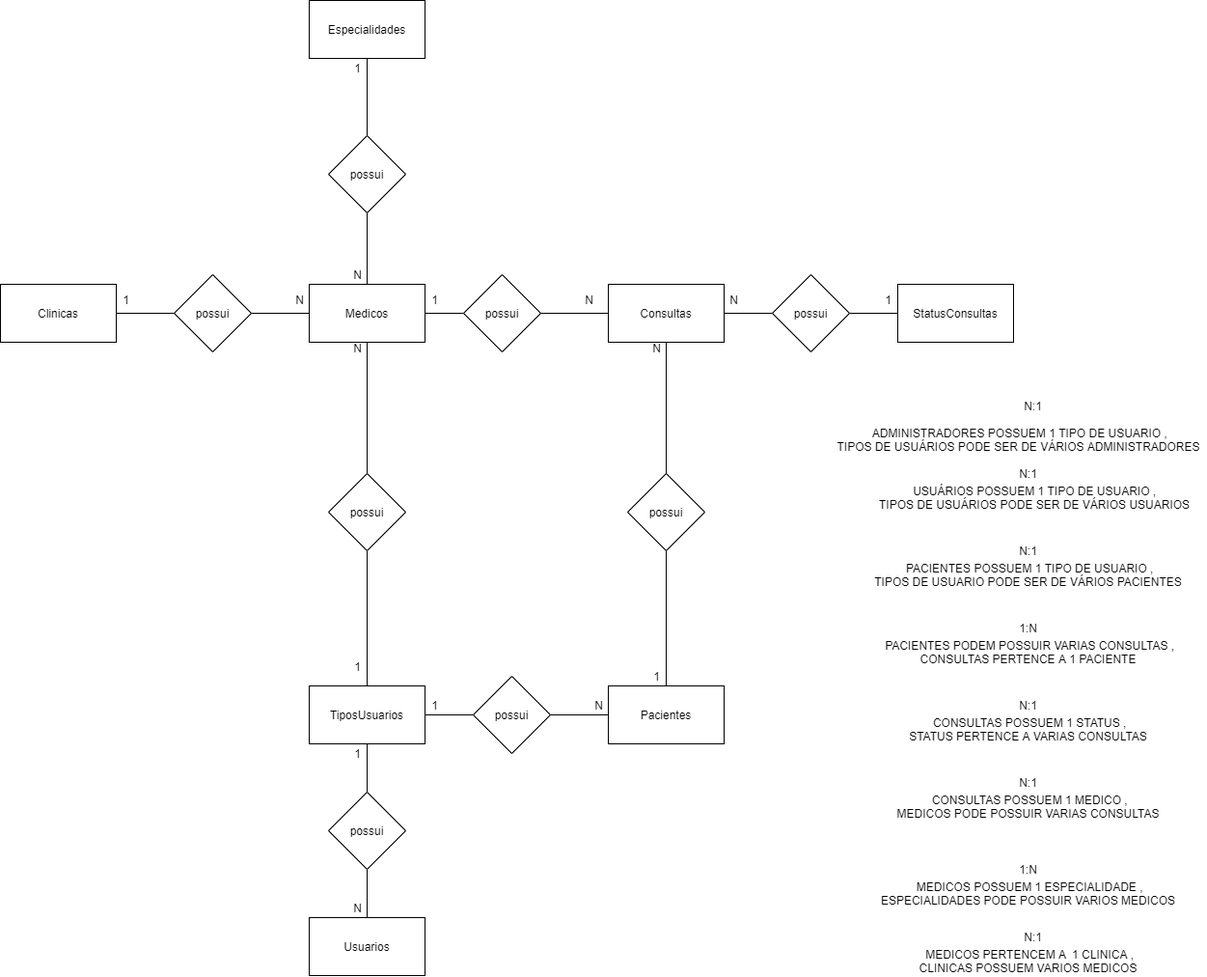
This is SP_Medical_Group/SP_Medical_Group-Conceitual.png from Carlos-Augusto-Roque/Sprint1_bd, a draw.io export, as it was before one commit. Source tidied: cells renumbered, new cells last; positions are measured from the earlier drawing's top-left corner, leaving out a move shared by most shapes.
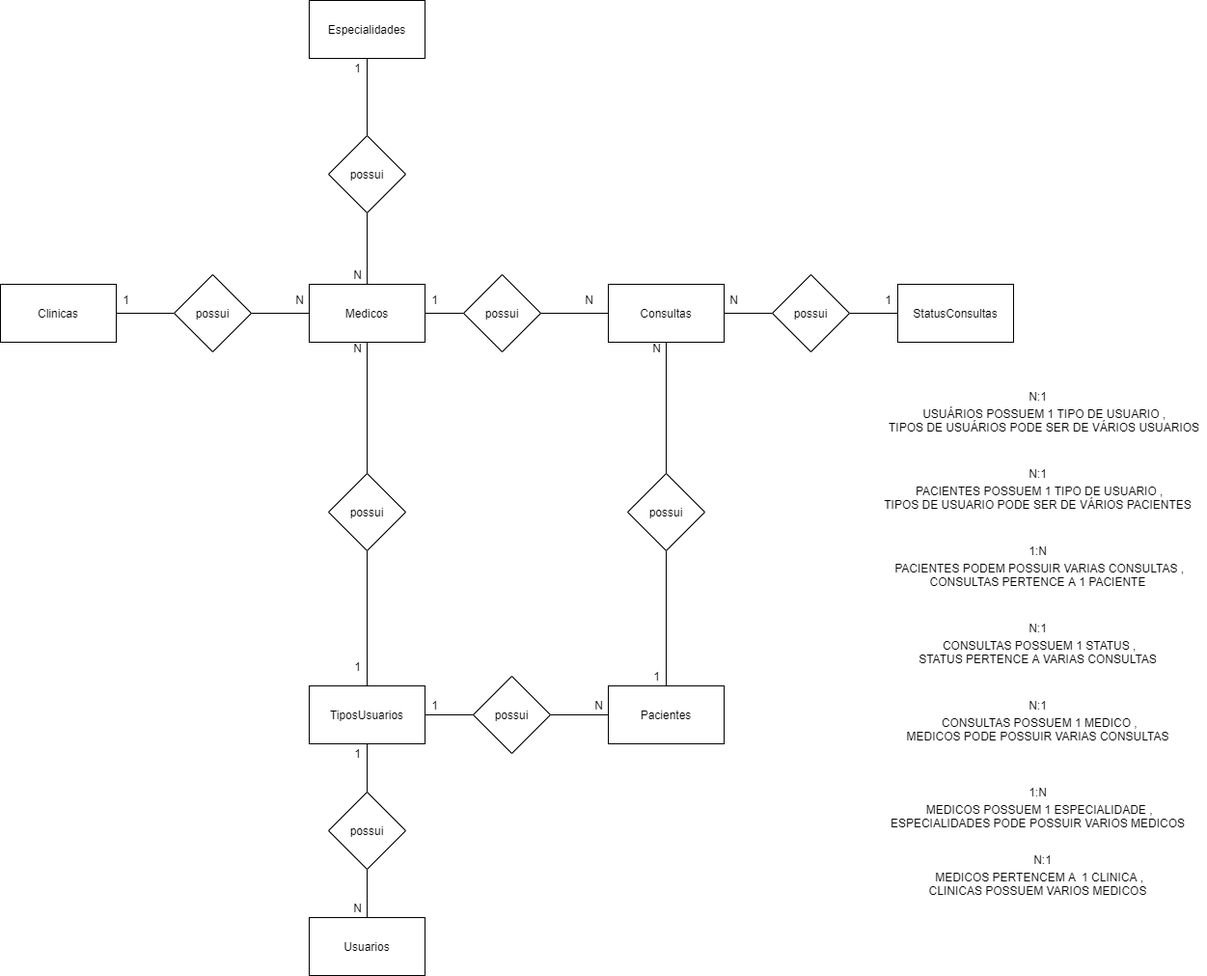
After the change.

The edit, as a diff of the source:
```diff
@@ -101,20 +101,14 @@
     <mxCell id="34" value="possui" style="rhombus;whiteSpace=wrap;html=1;" parent="1" vertex="1">
       <mxGeometry x="180" y="284" width="80" height="80" as="geometry" />
     </mxCell>
-    <mxCell id="35" value="&amp;nbsp;ADMINISTRADORES POSSUEM 1 TIPO DE USUARIO ,&lt;br&gt;TIPOS DE USUÁRIOS PODE SER DE VÁRIOS ADMINISTRADORES" style="text;html=1;align=center;verticalAlign=middle;" parent="1" vertex="1">
-      <mxGeometry x="860" y="440" width="390" height="30" as="geometry" />
-    </mxCell>
-    <mxCell id="36" value="N:1" style="text;html=1;align=center;verticalAlign=middle;" parent="1" vertex="1">
-      <mxGeometry x="1055" y="410" width="30" height="20" as="geometry" />
-    </mxCell>
     <mxCell id="37" value="&amp;nbsp;USUÁRIOS POSSUEM 1 TIPO DE USUARIO ,&lt;br&gt;&amp;nbsp;TIPOS DE USUÁRIOS PODE SER DE VÁRIOS USUARIOS" style="text;html=1;align=center;verticalAlign=middle;" parent="1" vertex="1">
-      <mxGeometry x="900" y="500" width="340" height="30" as="geometry" />
+      <mxGeometry x="910" y="420" width="340" height="30" as="geometry" />
     </mxCell>
     <mxCell id="38" value="N:1" style="text;html=1;align=center;verticalAlign=middle;" parent="1" vertex="1">
-      <mxGeometry x="1050" y="480" width="30" height="20" as="geometry" />
+      <mxGeometry x="1060" y="400" width="30" height="20" as="geometry" />
     </mxCell>
     <mxCell id="39" value="&amp;nbsp;PACIENTES POSSUEM 1 TIPO DE USUARIO ,&lt;br&gt;TIPOS DE USUARIO PODE SER DE VÁRIOS PACIENTES" style="text;html=1;align=center;verticalAlign=middle;" parent="1" vertex="1">
-      <mxGeometry x="900" y="580" width="330" height="30" as="geometry" />
+      <mxGeometry x="910" y="500" width="330" height="30" as="geometry" />
     </mxCell>
     <mxCell id="40" value="1" style="text;html=1;align=center;verticalAlign=middle;" parent="1" vertex="1">
       <mxGeometry x="440" y="720" width="20" height="20" as="geometry" />
@@ -123,34 +117,34 @@
       <mxGeometry x="610" y="720" width="20" height="20" as="geometry" />
     </mxCell>
     <mxCell id="42" value="N:1" style="text;html=1;align=center;verticalAlign=middle;" parent="1" vertex="1">
-      <mxGeometry x="1050" y="560" width="30" height="20" as="geometry" />
+      <mxGeometry x="1060" y="480" width="30" height="20" as="geometry" />
     </mxCell>
     <mxCell id="43" value="1:N" style="text;html=1;align=center;verticalAlign=middle;" parent="1" vertex="1">
-      <mxGeometry x="1050" y="640" width="30" height="20" as="geometry" />
+      <mxGeometry x="1060" y="560" width="30" height="20" as="geometry" />
     </mxCell>
     <mxCell id="44" value="&amp;nbsp;PACIENTES PODEM POSSUIR VARIAS CONSULTAS ,&lt;br&gt;CONSULTAS PERTENCE A 1 PACIENTE" style="text;html=1;align=center;verticalAlign=middle;" parent="1" vertex="1">
-      <mxGeometry x="905" y="660" width="320" height="30" as="geometry" />
+      <mxGeometry x="915" y="580" width="320" height="30" as="geometry" />
     </mxCell>
     <mxCell id="45" value="&amp;nbsp;CONSULTAS POSSUEM 1 STATUS ,&lt;br&gt;STATUS PERTENCE A VARIAS CONSULTAS" style="text;html=1;align=center;verticalAlign=middle;" parent="1" vertex="1">
-      <mxGeometry x="935" y="740" width="260" height="30" as="geometry" />
+      <mxGeometry x="945" y="660" width="260" height="30" as="geometry" />
     </mxCell>
     <mxCell id="46" value="N:1" style="text;html=1;align=center;verticalAlign=middle;" parent="1" vertex="1">
-      <mxGeometry x="1050" y="720" width="30" height="20" as="geometry" />
+      <mxGeometry x="1060" y="640" width="30" height="20" as="geometry" />
     </mxCell>
     <mxCell id="47" value="&amp;nbsp;CONSULTAS POSSUEM 1 MEDICO ,&lt;br&gt;MEDICOS PODE POSSUIR VARIAS CONSULTAS" style="text;html=1;align=center;verticalAlign=middle;" parent="1" vertex="1">
-      <mxGeometry x="920" y="820" width="290" height="30" as="geometry" />
+      <mxGeometry x="930" y="740" width="290" height="30" as="geometry" />
     </mxCell>
     <mxCell id="48" value="N:1" style="text;html=1;align=center;verticalAlign=middle;" parent="1" vertex="1">
-      <mxGeometry x="1050" y="800" width="30" height="20" as="geometry" />
+      <mxGeometry x="1060" y="720" width="30" height="20" as="geometry" />
     </mxCell>
     <mxCell id="49" value="&amp;nbsp;MEDICOS POSSUEM 1 ESPECIALIDADE ,&lt;br&gt;ESPECIALIDADES PODE POSSUIR VARIOS MEDICOS" style="text;html=1;align=center;verticalAlign=middle;" parent="1" vertex="1">
-      <mxGeometry x="905" y="910" width="320" height="30" as="geometry" />
+      <mxGeometry x="915" y="830" width="320" height="30" as="geometry" />
     </mxCell>
     <mxCell id="50" value="1:N" style="text;html=1;align=center;verticalAlign=middle;" parent="1" vertex="1">
-      <mxGeometry x="1050" y="890" width="30" height="20" as="geometry" />
+      <mxGeometry x="1060" y="810" width="30" height="20" as="geometry" />
     </mxCell>
     <mxCell id="51" value="&amp;nbsp;MEDICOS PERTENCEM A&amp;nbsp; 1 CLINICA ,&lt;br&gt;CLINICAS POSSUEM VARIOS MEDICOS" style="text;html=1;align=center;verticalAlign=middle;" parent="1" vertex="1">
-      <mxGeometry x="945" y="980" width="240" height="30" as="geometry" />
+      <mxGeometry x="955" y="900" width="240" height="30" as="geometry" />
     </mxCell>
     <mxCell id="52" value="possui" style="rhombus;whiteSpace=wrap;html=1;" parent="1" vertex="1">
       <mxGeometry x="340" y="490" width="80" height="80" as="geometry" />
@@ -198,7 +192,7 @@
       <mxGeometry x="120" y="300" width="20" height="20" as="geometry" />
     </mxCell>
     <mxCell id="67" value="N:1" style="text;html=1;align=center;verticalAlign=middle;" parent="1" vertex="1">
-      <mxGeometry x="1055" y="960" width="30" height="20" as="geometry" />
+      <mxGeometry x="1065" y="880" width="30" height="20" as="geometry" />
     </mxCell>
   </root>
 </mxGraphModel>
```
